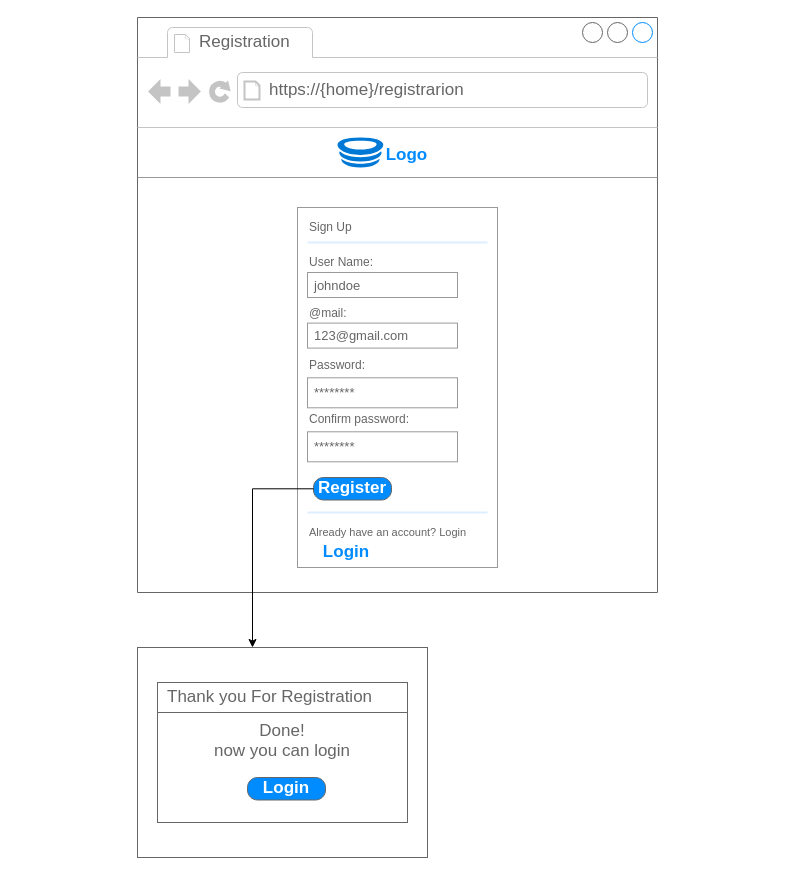
ololnovolol/ScrumBoardApp keeps this draw.io diagram as page "Mockup_Registration_Page" (3 of 8) of Board_Use_Case_Diagramm.drawio. Above is the earlier version. Source tidied: cells renumbered, new cells numbered last; positions are measured from the earlier drawing's top-left corner, leaving out a move shared by most shapes. Both pictures are drawn from the tidied source at 100%, with x=0, y=0 at pixel (137, 17).
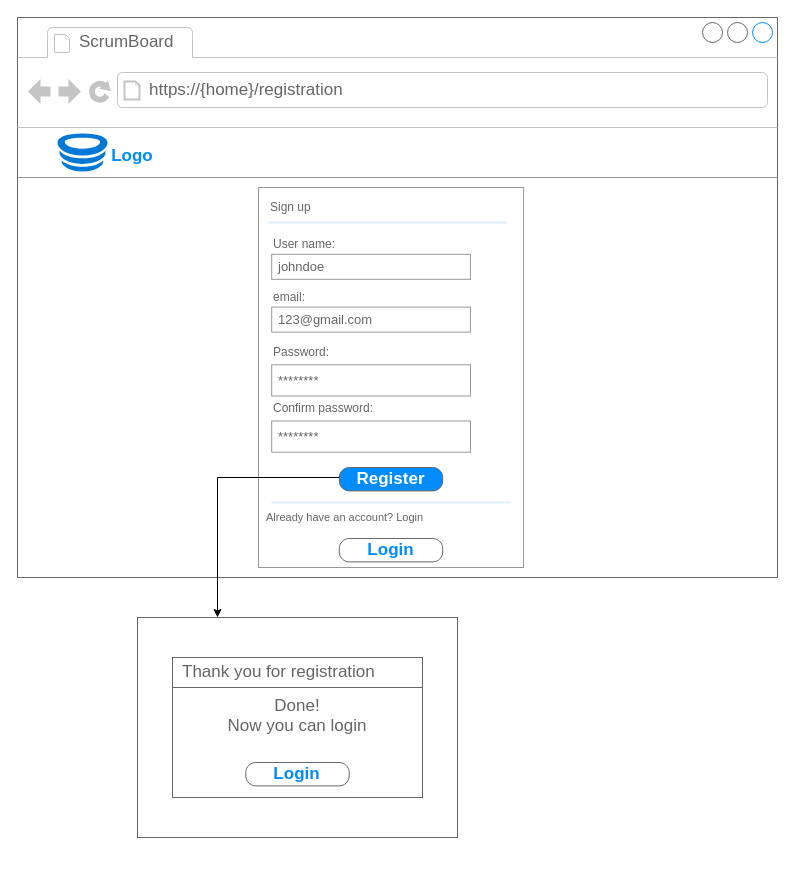
The same page after the edit.

What changed in the source:
```diff
@@
-    <mxCell id="2" style="group;" parent="1" vertex="1">
-      <mxGeometry width="520" height="575" as="geometry" />
-    </mxCell>
-    <mxCell id="3" style="strokeWidth=1;shadow=0;dashed=0;align=center;html=1;shape=mxgraph.mockup.containers.browserWindow;rSize=0;strokeColor=#666666;strokeColor2=#008cff;strokeColor3=#c4c4c4;mainText=,;" parent="2" vertex="1">
-      <mxGeometry width="520" height="575" as="geometry" />
-    </mxCell>
-    <mxCell id="4" value="Registration" style="strokeWidth=1;shadow=0;dashed=0;align=center;html=1;shape=mxgraph.mockup.containers.anchor;fontSize=17;fontColor=#666666;align=left;" parent="2" vertex="1">
-      <mxGeometry x="60" y="12" width="110" height="26" as="geometry" />
-    </mxCell>
-    <mxCell id="5" value="https://{home}/registrarion" style="strokeWidth=1;shadow=0;dashed=0;align=center;html=1;shape=mxgraph.mockup.containers.anchor;rSize=0;fontSize=17;fontColor=#666666;align=left;" parent="2" vertex="1">
-      <mxGeometry x="130" y="60" width="250" height="26" as="geometry" />
-    </mxCell>
-    <mxCell id="6" style="verticalLabelPosition=bottom;shadow=0;dashed=0;align=center;html=1;verticalAlign=top;strokeWidth=1;shape=mxgraph.mockup.markup.line;strokeColor=#999999;fontSize=16;" parent="2" vertex="1">
-      <mxGeometry y="150" width="520" height="20" as="geometry" />
-    </mxCell>
+    <mxCell id="35" style="group;" parent="1" vertex="1">
+      <mxGeometry x="-120" width="760" height="820" as="geometry" />
+    </mxCell>
+    <mxCell id="36" style="strokeWidth=1;shadow=0;dashed=0;align=center;html=1;shape=mxgraph.mockup.containers.browserWindow;rSize=0;strokeColor=#666666;strokeColor2=#008cff;strokeColor3=#c4c4c4;mainText=,;" parent="35" vertex="1">
+      <mxGeometry width="760" height="560" as="geometry" />
+    </mxCell>
+    <mxCell id="37" value="ScrumBoard" style="strokeWidth=1;shadow=0;dashed=0;align=center;html=1;shape=mxgraph.mockup.containers.anchor;fontSize=17;fontColor=#666666;align=left;" parent="35" vertex="1">
+      <mxGeometry x="60" y="12" width="110" height="26" as="geometry" />
+    </mxCell>
+    <mxCell id="38" value="https://{home}/registration" style="strokeWidth=1;shadow=0;dashed=0;align=center;html=1;shape=mxgraph.mockup.containers.anchor;rSize=0;fontSize=17;fontColor=#666666;align=left;" parent="35" vertex="1">
+      <mxGeometry x="130" y="60" width="250" height="26" as="geometry" />
+    </mxCell>
+    <mxCell id="39" style="verticalLabelPosition=bottom;shadow=0;dashed=0;align=center;html=1;verticalAlign=top;strokeWidth=1;shape=mxgraph.mockup.markup.line;strokeColor=#999999;fontSize=16;" parent="35" vertex="1">
+      <mxGeometry y="150" width="760" height="20" as="geometry" />
+    </mxCell>
+    <mxCell id="40" style="group;" parent="35" vertex="1">
+      <mxGeometry x="40" y="116" width="120" height="38" as="geometry" />
+    </mxCell>
+    <mxCell id="28" value="Logo" style="strokeWidth=1;shadow=0;dashed=0;align=center;html=1;shape=mxgraph.mockup.buttons.button;mainText=;buttonStyle=round;fontSize=17;fontStyle=1;whiteSpace=wrap;strokeColor=#FFFFFF;fontColor=#008CFF;" parent="40" vertex="1">
+      <mxGeometry x="30" y="8" width="90" height="30" as="geometry" />
+    </mxCell>
+    <mxCell id="41" style="sketch=0;shadow=0;dashed=0;html=1;strokeColor=none;labelPosition=center;verticalLabelPosition=bottom;verticalAlign=top;align=center;shape=mxgraph.mscae.cloud.hockeyapp;fillColor=#0079D6;fontSize=16;fontColor=#008CFF;" parent="40" vertex="1">
+      <mxGeometry width="50" height="38" as="geometry" />
+    </mxCell>
+    <mxCell id="30" style="whiteSpace=wrap;html=1;fontSize=17;fillColor=#FFFFFF;strokeColor=#666666;fontColor=#ffffff;strokeWidth=1;shadow=0;dashed=0;fontStyle=1;" parent="35" vertex="1">
+      <mxGeometry x="120" y="600" width="320" height="220" as="geometry" />
+    </mxCell>
+    <mxCell id="32" value="Done!&lt;br&gt;Now you can login" style="strokeWidth=1;shadow=0;dashed=0;align=center;html=1;shape=mxgraph.mockup.containers.rrect;rSize=0;strokeColor=#666666;fontColor=#666666;fontSize=17;verticalAlign=top;whiteSpace=wrap;fillColor=#ffffff;spacingTop=32;labelBackgroundColor=default;labelBorderColor=none;fontFamily=Helvetica;" parent="35" vertex="1">
+      <mxGeometry x="155" y="640" width="250" height="140" as="geometry" />
+    </mxCell>
+    <mxCell id="33" value="Thank you for registration" style="strokeWidth=1;shadow=0;dashed=0;align=center;html=1;shape=mxgraph.mockup.containers.rrect;rSize=0;fontSize=17;fontColor=#666666;strokeColor=#666666;align=left;spacingLeft=8;fillColor=none;labelBackgroundColor=default;labelBorderColor=none;fontFamily=Helvetica;" parent="32" vertex="1">
+      <mxGeometry width="250" height="30" relative="1" as="geometry" />
+    </mxCell>
+    <mxCell id="42" value="&lt;span style=&quot;color: rgb(0, 140, 255);&quot;&gt;Login&lt;/span&gt;" style="strokeWidth=1;shadow=0;dashed=0;align=center;html=1;shape=mxgraph.mockup.buttons.button;strokeColor=#666666;fontColor=#ffffff;mainText=;buttonStyle=round;fontSize=17;fontStyle=1;fillColor=#FFFFFF;whiteSpace=wrap;gradientColor=none;sketch=0;labelBackgroundColor=none;labelBorderColor=none;" parent="32" vertex="1">
+      <mxGeometry x="73.3" y="105" width="103.4" height="23.4" as="geometry" />
+    </mxCell>
-    <mxCell id="7" style="strokeWidth=1;shadow=0;dashed=0;align=center;html=1;shape=mxgraph.mockup.forms.rrect;rSize=0;strokeColor=#999999;fillColor=#ffffff;fontSize=13;fontColor=#000000;" parent="2" vertex="1">
-      <mxGeometry x="160" y="190" width="200" height="360" as="geometry" />
+    <mxCell id="7" style="strokeWidth=1;shadow=0;dashed=0;align=center;html=1;shape=mxgraph.mockup.forms.rrect;rSize=0;strokeColor=#999999;fillColor=#ffffff;fontSize=13;fontColor=#000000;" parent="35" vertex="1">
+      <mxGeometry x="241" y="170" width="265" height="380" as="geometry" />
     </mxCell>
-    <mxCell id="8" value="Sign Up" style="strokeWidth=1;shadow=0;dashed=0;align=center;html=1;shape=mxgraph.mockup.forms.anchor;fontSize=12;fontColor=#666666;align=left;spacingLeft=0;gradientColor=none;" parent="7" vertex="1">
-      <mxGeometry width="100" height="20" relative="1" as="geometry">
+    <mxCell id="8" value="Sign up" style="strokeWidth=1;shadow=0;dashed=0;align=center;html=1;shape=mxgraph.mockup.forms.anchor;fontSize=12;fontColor=#666666;align=left;spacingLeft=0;gradientColor=none;" parent="7" vertex="1">
+      <mxGeometry width="132.5" height="20" relative="1" as="geometry">
         <mxPoint x="10" y="10" as="offset" />
       </mxGeometry>
     </mxCell>
     <mxCell id="9" style="shape=line;strokeColor=#ddeeff;strokeWidth=2;html=1;fontSize=13;fontColor=#000000;gradientColor=none;" parent="7" vertex="1">
-      <mxGeometry width="180" height="10" relative="1" as="geometry">
+      <mxGeometry width="238.5" height="10" relative="1" as="geometry">
         <mxPoint x="10" y="30" as="offset" />
       </mxGeometry>
     </mxCell>
     <mxCell id="10" style="strokeWidth=1;shadow=0;dashed=0;align=center;html=1;shape=mxgraph.mockup.forms.anchor;fontSize=12;fontColor=#9999ff;align=left;spacingLeft=0;fontStyle=4;gradientColor=none;" parent="7" vertex="1">
-      <mxGeometry y="1" width="150" height="20" relative="1" as="geometry">
+      <mxGeometry y="1" width="198.75" height="20" relative="1" as="geometry">
         <mxPoint x="10" y="-110" as="offset" />
       </mxGeometry>
     </mxCell>
     <mxCell id="11" style="shape=line;strokeColor=#ddeeff;strokeWidth=2;html=1;fontSize=13;fontColor=#000000;gradientColor=none;" parent="7" vertex="1">
-      <mxGeometry y="1" width="180" height="10" relative="1" as="geometry">
-        <mxPoint x="10" y="-60" as="offset" />
+      <mxGeometry y="1" width="238.5" height="10" relative="1" as="geometry">
+        <mxPoint x="13" y="-70" as="offset" />
       </mxGeometry>
     </mxCell>
     <mxCell id="12" value="&lt;font style=&quot;font-size: 11px;&quot;&gt;Already have an account? Login&lt;/font&gt;" style="strokeWidth=1;shadow=0;dashed=0;align=center;html=1;shape=mxgraph.mockup.forms.anchor;fontSize=12;fontColor=#666666;align=left;spacingLeft=0;gradientColor=none;" parent="7" vertex="1">
-      <mxGeometry y="1" width="150" height="20" relative="1" as="geometry">
-        <mxPoint x="10" y="-45" as="offset" />
+      <mxGeometry y="1" width="198.75" height="20" relative="1" as="geometry">
+        <mxPoint x="6" y="-60" as="offset" />
       </mxGeometry>
     </mxCell>
     <mxCell id="13" style="group;" parent="7" vertex="1">
-      <mxGeometry x="10" y="45" width="150" height="50.6" as="geometry" />
+      <mxGeometry x="13.2" y="46.8" width="198.8" height="52.7" as="geometry" />
     </mxCell>
-    <mxCell id="14" value="User Name:" style="strokeWidth=1;shadow=0;dashed=0;align=center;html=1;shape=mxgraph.mockup.forms.anchor;fontSize=12;fontColor=#666666;align=left;spacingLeft=0;gradientColor=none;" parent="13" vertex="1">
-      <mxGeometry width="100" height="20" relative="1" as="geometry" />
+    <mxCell id="14" value="User name:" style="strokeWidth=1;shadow=0;dashed=0;align=center;html=1;shape=mxgraph.mockup.forms.anchor;fontSize=12;fontColor=#666666;align=left;spacingLeft=0;gradientColor=none;" parent="13" vertex="1">
+      <mxGeometry width="132.5" height="20" relative="1" as="geometry" />
     </mxCell>
     <mxCell id="15" value="johndoe" style="strokeWidth=1;shadow=0;dashed=0;align=center;html=1;shape=mxgraph.mockup.forms.rrect;rSize=0;strokeColor=#999999;fontColor=#666666;align=left;spacingLeft=5;fontSize=13;gradientColor=none;" parent="13" vertex="1">
-      <mxGeometry width="150" height="25" relative="1" as="geometry">
+      <mxGeometry width="198.75" height="25" relative="1" as="geometry">
         <mxPoint y="20" as="offset" />
       </mxGeometry>
     </mxCell>
     <mxCell id="16" style="group;" parent="7" vertex="1">
-      <mxGeometry x="10" y="95.6" width="150" height="50.6" as="geometry" />
+      <mxGeometry x="13.2" y="99.6" width="198.8" height="52.7" as="geometry" />
     </mxCell>
-    <mxCell id="17" value="@mail:" style="strokeWidth=1;shadow=0;dashed=0;align=center;html=1;shape=mxgraph.mockup.forms.anchor;fontSize=12;fontColor=#666666;align=left;spacingLeft=0;gradientColor=none;" parent="16" vertex="1">
-      <mxGeometry width="100" height="20" relative="1" as="geometry" />
+    <mxCell id="17" value="email:" style="strokeWidth=1;shadow=0;dashed=0;align=center;html=1;shape=mxgraph.mockup.forms.anchor;fontSize=12;fontColor=#666666;align=left;spacingLeft=0;gradientColor=none;" parent="16" vertex="1">
+      <mxGeometry width="132.5" height="20" relative="1" as="geometry" />
     </mxCell>
     <mxCell id="18" value="123@gmail.com" style="strokeWidth=1;shadow=0;dashed=0;align=center;html=1;shape=mxgraph.mockup.forms.rrect;rSize=0;strokeColor=#999999;fontColor=#666666;align=left;spacingLeft=5;fontSize=13;gradientColor=none;" parent="16" vertex="1">
-      <mxGeometry width="150" height="25" relative="1" as="geometry">
+      <mxGeometry width="198.75" height="25" relative="1" as="geometry">
         <mxPoint y="20" as="offset" />
       </mxGeometry>
     </mxCell>
     <mxCell id="19" style="group;" parent="7" vertex="1">
-      <mxGeometry x="10" y="146.3" width="150" height="54" as="geometry" />
+      <mxGeometry x="13.2" y="152.3" width="198.8" height="56.2" as="geometry" />
     </mxCell>
     <mxCell id="20" value="Password:" style="strokeWidth=1;shadow=0;dashed=0;align=center;html=1;shape=mxgraph.mockup.forms.anchor;fontSize=12;fontColor=#666666;align=left;spacingLeft=0;gradientColor=none;" parent="19" vertex="1">
-      <mxGeometry width="100" height="24" as="geometry" />
+      <mxGeometry width="132.5" height="25" as="geometry" />
     </mxCell>
     <mxCell id="21" value="********" style="strokeWidth=1;shadow=0;dashed=0;align=center;html=1;shape=mxgraph.mockup.forms.rrect;rSize=0;strokeColor=#999999;fontColor=#666666;align=left;spacingLeft=5;fontSize=13;gradientColor=none;" parent="19" vertex="1">
-      <mxGeometry y="24" width="150" height="30" as="geometry" />
+      <mxGeometry y="25" width="198.8" height="31.2" as="geometry" />
     </mxCell>
     <mxCell id="22" style="group;" parent="7" vertex="1">
-      <mxGeometry x="10" y="200.3" width="150" height="54" as="geometry" />
+      <mxGeometry x="13.2" y="208.5" width="198.8" height="56.2" as="geometry" />
     </mxCell>
     <mxCell id="23" value="Confirm password:" style="strokeWidth=1;shadow=0;dashed=0;align=center;html=1;shape=mxgraph.mockup.forms.anchor;fontSize=12;fontColor=#666666;align=left;spacingLeft=0;gradientColor=none;" parent="22" vertex="1">
-      <mxGeometry width="100" height="24" as="geometry" />
+      <mxGeometry width="132.5" height="25" as="geometry" />
     </mxCell>
     <mxCell id="24" value="********" style="strokeWidth=1;shadow=0;dashed=0;align=center;html=1;shape=mxgraph.mockup.forms.rrect;rSize=0;strokeColor=#999999;fontColor=#666666;align=left;spacingLeft=5;fontSize=13;gradientColor=none;" parent="22" vertex="1">
-      <mxGeometry y="24" width="150" height="30" as="geometry" />
+      <mxGeometry y="25" width="198.8" height="31.2" as="geometry" />
     </mxCell>
+    <mxCell id="43" value="&lt;span style=&quot;color: rgb(0, 140, 255);&quot;&gt;Login&lt;/span&gt;" style="strokeWidth=1;shadow=0;dashed=0;align=center;html=1;shape=mxgraph.mockup.buttons.button;strokeColor=#666666;fontColor=#ffffff;mainText=;buttonStyle=round;fontSize=17;fontStyle=1;fillColor=#FFFFFF;whiteSpace=wrap;gradientColor=none;sketch=0;labelBackgroundColor=none;labelBorderColor=none;" parent="7" vertex="1">
+      <mxGeometry x="80.8" y="351" width="103.4" height="23.4" as="geometry" />
+    </mxCell>
     <mxCell id="25" value="Register" style="strokeWidth=1;shadow=0;dashed=0;align=center;html=1;shape=mxgraph.mockup.buttons.button;strokeColor=#666666;fontColor=#ffffff;mainText=;buttonStyle=round;fontSize=17;fontStyle=1;fillColor=#008cff;whiteSpace=wrap;points=[];" parent="7" vertex="1">
-      <mxGeometry x="16" y="270" width="78" height="22.5" as="geometry" />
+      <mxGeometry x="80.8" y="280" width="103.4" height="23.4" as="geometry" />
     </mxCell>
-    <mxCell id="26" value="Login" style="strokeWidth=1;shadow=0;dashed=0;align=center;html=1;shape=mxgraph.mockup.buttons.button;mainText=;buttonStyle=round;fontSize=17;fontStyle=1;whiteSpace=wrap;strokeColor=#FFFFFF;fontColor=#008CFF;" parent="7" vertex="1">
-      <mxGeometry x="4" y="335" width="90" height="20" as="geometry" />
-    </mxCell>
-    <mxCell id="27" style="group;" parent="2" vertex="1">
-      <mxGeometry x="200" y="120" width="110" height="30" as="geometry" />
-    </mxCell>
-    <mxCell id="28" value="Logo" style="strokeWidth=1;shadow=0;dashed=0;align=center;html=1;shape=mxgraph.mockup.buttons.button;mainText=;buttonStyle=round;fontSize=17;fontStyle=1;whiteSpace=wrap;strokeColor=#FFFFFF;fontColor=#008CFF;" parent="27" vertex="1">
-      <mxGeometry x="27.5" y="6.3" width="82.5" height="23.7" as="geometry" />
-    </mxCell>
-    <mxCell id="29" style="sketch=0;shadow=0;dashed=0;html=1;strokeColor=none;labelPosition=center;verticalLabelPosition=bottom;verticalAlign=top;align=center;shape=mxgraph.mscae.cloud.hockeyapp;fillColor=#0079D6;fontSize=16;fontColor=#008CFF;" parent="27" vertex="1">
-      <mxGeometry width="45.8" height="30" as="geometry" />
-    </mxCell>
-    <mxCell id="30" style="whiteSpace=wrap;html=1;fontSize=17;fillColor=#FFFFFF;strokeColor=#666666;fontColor=#ffffff;strokeWidth=1;shadow=0;dashed=0;fontStyle=1;" parent="1" vertex="1">
-      <mxGeometry y="630" width="290" height="210" as="geometry" />
-    </mxCell>
-    <mxCell id="31" style="edgeStyle=orthogonalEdgeStyle;rounded=0;jettySize=auto;html=1;fontFamily=Helvetica;fontSize=11;fontColor=default;" parent="1" edge="1" source="25" target="30">
+    <mxCell id="31" style="edgeStyle=orthogonalEdgeStyle;rounded=0;jettySize=auto;html=1;fontFamily=Helvetica;fontSize=11;fontColor=default;" parent="35" edge="1" source="25" target="30">
       <mxGeometry relative="1" as="geometry">
         <Array as="points">
-          <mxPoint x="115" y="471" />
+          <mxPoint x="200" y="460" />
         </Array>
       </mxGeometry>
     </mxCell>
-    <mxCell id="32" value="Done!&lt;br&gt;now you can login" style="strokeWidth=1;shadow=0;dashed=0;align=center;html=1;shape=mxgraph.mockup.containers.rrect;rSize=0;strokeColor=#666666;fontColor=#666666;fontSize=17;verticalAlign=top;whiteSpace=wrap;fillColor=#ffffff;spacingTop=32;labelBackgroundColor=default;labelBorderColor=none;fontFamily=Helvetica;" parent="1" vertex="1">
-      <mxGeometry x="20" y="665" width="250" height="140" as="geometry" />
-    </mxCell>
-    <mxCell id="33" value="Thank you For Registration" style="strokeWidth=1;shadow=0;dashed=0;align=center;html=1;shape=mxgraph.mockup.containers.rrect;rSize=0;fontSize=17;fontColor=#666666;strokeColor=#666666;align=left;spacingLeft=8;fillColor=none;labelBackgroundColor=default;labelBorderColor=none;fontFamily=Helvetica;" parent="32" vertex="1">
-      <mxGeometry width="250" height="30" relative="1" as="geometry" />
-    </mxCell>
-    <mxCell id="34" value="Login" style="strokeWidth=1;shadow=0;dashed=0;align=center;html=1;shape=mxgraph.mockup.buttons.button;strokeColor=#666666;fontColor=#ffffff;mainText=;buttonStyle=round;fontSize=17;fontStyle=1;fillColor=#008cff;whiteSpace=wrap;" parent="32" vertex="1">
-      <mxGeometry x="90" y="95" width="78" height="22.5" as="geometry" />
-    </mxCell>
```
